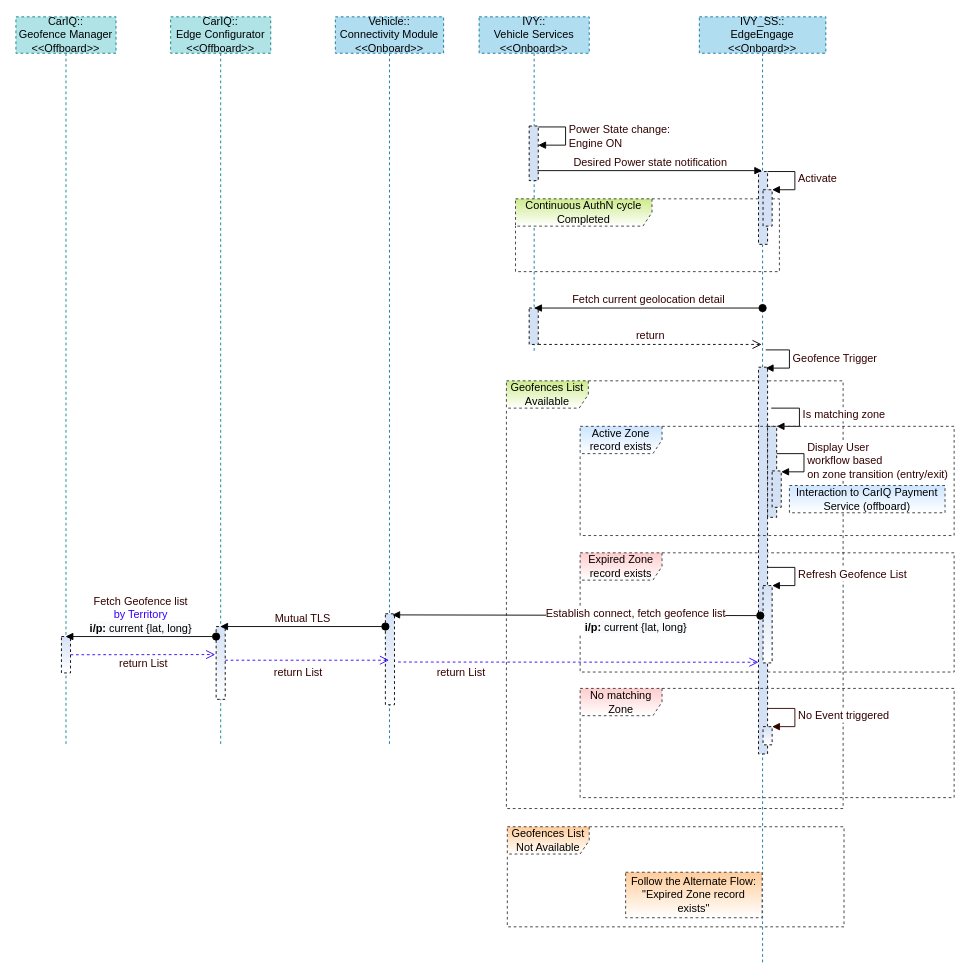
subhachat/CodeKata keeps this draw.io diagram as page "Page-4" (4 of 5) of src/main/resources/CarIQ_IVY_Uase_Cases.drawio. Above is the earlier version. Source tidied: cells renumbered, new cells numbered last; positions are measured from the earlier drawing's top-left corner, leaving out a move shared by most shapes. Both pictures are drawn from the tidied source at 91%, with x=0, y=0 at pixel (15, 16).
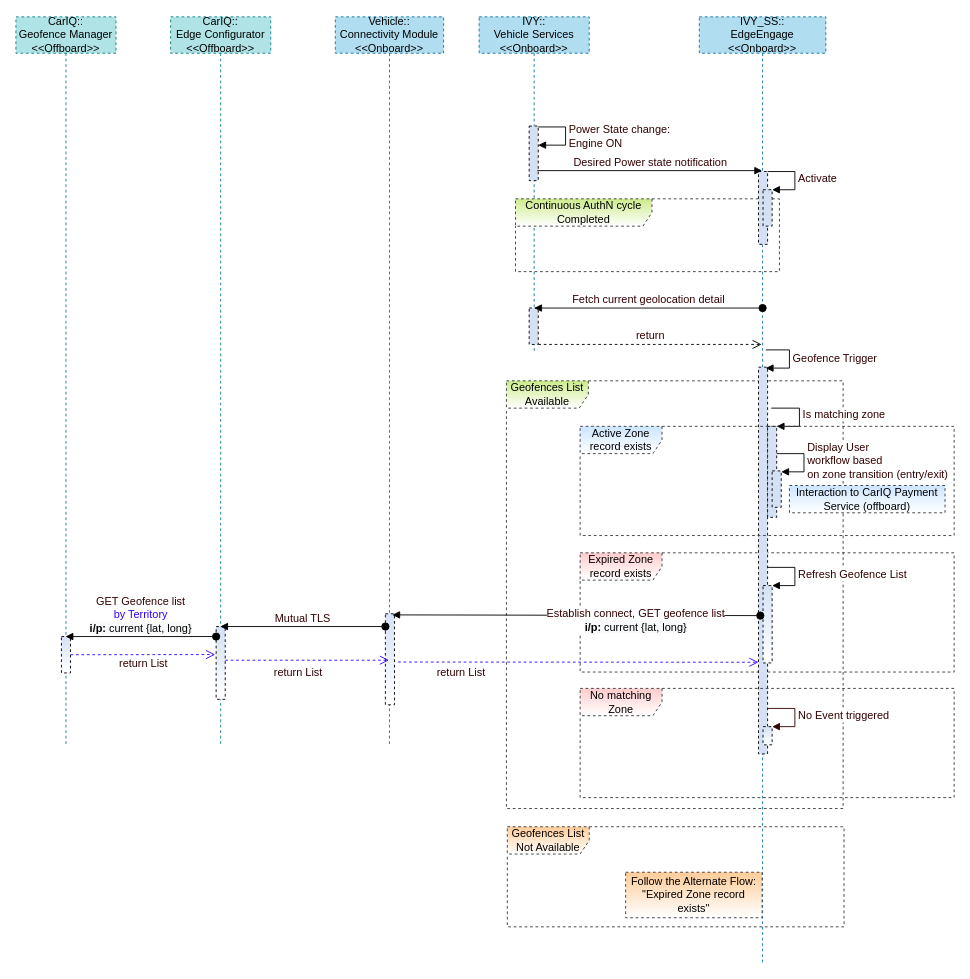
Above is the later version.

Unchanged cells that the change refers to:
```xml
<mxCell id="5" style="html=1;points=[];perimeter=orthogonalPerimeter;shadow=0;glass=0;dashed=1;sketch=0;fontSize=12;fontColor=#330000;fillColor=#D4E1F5;gradientColor=#ffffff;" parent="4" vertex="1">
  <mxGeometry x="55" y="656" width="10" height="100" as="geometry" />
</mxCell>
<mxCell id="15" value="IVY_SS::&lt;br&gt;EdgeEngage&lt;br&gt;&amp;lt;&amp;lt;Onboard&amp;gt;&amp;gt;" style="shape=umlLifeline;perimeter=lifelinePerimeter;whiteSpace=wrap;html=1;glass=0;dashed=1;fontSize=12;fillColor=#b1ddf0;strokeColor=#10739e;" parent="1" vertex="1">
  <mxGeometry x="751" width="139" height="1040" as="geometry" />
</mxCell>
```

The edit, as a diff of the source:
```diff
@@
-    <mxCell id="28" value="Establish connect, fetch geofence list&lt;br&gt;&lt;b style=&quot;color: rgb(0 , 0 , 0) ; background-color: rgb(248 , 249 , 250)&quot;&gt;i/p:&lt;/b&gt;&lt;span style=&quot;color: rgb(0 , 0 , 0) ; background-color: rgb(248 , 249 , 250)&quot;&gt;&amp;nbsp;current {lat, long}&lt;/span&gt;" style="html=1;verticalAlign=bottom;startArrow=oval;startFill=1;endArrow=block;startSize=8;rounded=0;fontSize=12;fontColor=#330000;entryX=0.76;entryY=0.012;entryDx=0;entryDy=0;entryPerimeter=0;" parent="15" edge="1" target="5">
+    <mxCell id="28" value="Establish connect, GET geofence list&lt;br&gt;&lt;b style=&quot;color: rgb(0 , 0 , 0) ; background-color: rgb(248 , 249 , 250)&quot;&gt;i/p:&lt;/b&gt;&lt;span style=&quot;color: rgb(0 , 0 , 0) ; background-color: rgb(248 , 249 , 250)&quot;&gt;&amp;nbsp;current {lat, long}&lt;/span&gt;" style="html=1;verticalAlign=bottom;startArrow=oval;startFill=1;endArrow=block;startSize=8;rounded=0;fontSize=12;fontColor=#330000;entryX=0.76;entryY=0.012;entryDx=0;entryDy=0;entryPerimeter=0;" parent="15" edge="1" target="5">
       <mxGeometry x="-0.32" y="22" relative="1" as="geometry">
         <mxPoint x="67" y="658" as="sourcePoint" />
       </mxGeometry>
     </mxCell>
@@
-    <mxCell id="36" value="Fetch Geofence list&lt;br&gt;&lt;font color=&quot;#3300ff&quot;&gt;by Territory&lt;/font&gt;&lt;br&gt;&lt;b style=&quot;color: rgb(0 , 0 , 0) ; background-color: rgb(248 , 249 , 250)&quot;&gt;i/p:&lt;/b&gt;&lt;span style=&quot;color: rgb(0 , 0 , 0) ; background-color: rgb(248 , 249 , 250)&quot;&gt;&amp;nbsp;current {lat, long}&lt;/span&gt;" style="html=1;verticalAlign=bottom;startArrow=oval;startFill=1;endArrow=block;startSize=8;rounded=0;fontSize=12;fontColor=#330000;" parent="1" edge="1">
+    <mxCell id="36" value="GET Geofence list&lt;br&gt;&lt;font color=&quot;#3300ff&quot;&gt;by Territory&lt;/font&gt;&lt;br&gt;&lt;b style=&quot;color: rgb(0 , 0 , 0) ; background-color: rgb(248 , 249 , 250)&quot;&gt;i/p:&lt;/b&gt;&lt;span style=&quot;color: rgb(0 , 0 , 0) ; background-color: rgb(248 , 249 , 250)&quot;&gt;&amp;nbsp;current {lat, long}&lt;/span&gt;" style="html=1;verticalAlign=bottom;startArrow=oval;startFill=1;endArrow=block;startSize=8;rounded=0;fontSize=12;fontColor=#330000;" parent="1" edge="1">
       <mxGeometry relative="1" as="geometry">
         <mxPoint x="220" y="681" as="sourcePoint" />
         <mxPoint x="54.5" y="681" as="targetPoint" />
       </mxGeometry>
     </mxCell>
```
